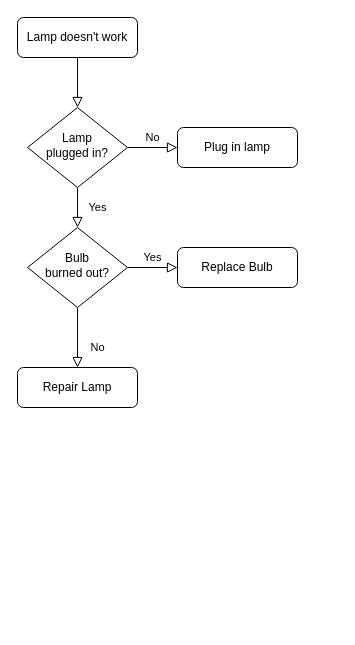
The draw.io diagram Untitled Diagram.drawio in weihua-git/-, before the edit. Source tidied: cells renumbered, new cells numbered last; positions are measured from the earlier drawing's top-left corner, leaving out a move shared by most shapes. Both pictures are drawn from the tidied source at 100%, with x=0, y=0 at pixel (17, 17).
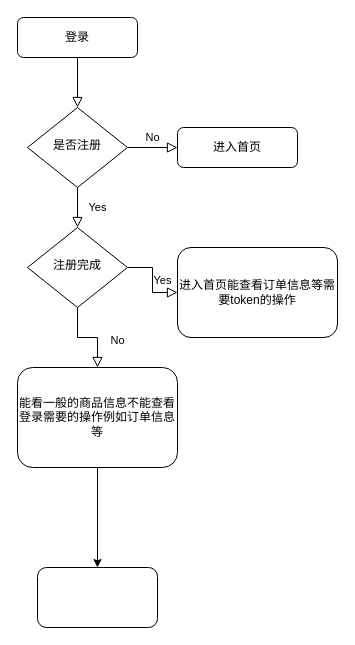
Above is the later version.

The edit, as a diff of the source:
```diff
@@
 <mxGraphModel>
   <root>
     <mxCell id="0" />
     <mxCell id="1" parent="0" />
     <mxCell id="2" style="rounded=0;html=1;jettySize=auto;fontSize=11;endArrow=block;endFill=0;endSize=8;strokeWidth=1;shadow=0;labelBackgroundColor=none;edgeStyle=orthogonalEdgeStyle;" parent="1" edge="1" source="3" target="6">
       <mxGeometry relative="1" as="geometry" />
     </mxCell>
-    <mxCell id="3" value="Lamp doesn't work" style="rounded=1;whiteSpace=wrap;html=1;fontSize=12;glass=0;strokeWidth=1;shadow=0;" parent="1" vertex="1">
+    <mxCell id="3" value="登录" style="rounded=1;whiteSpace=wrap;html=1;fontSize=12;glass=0;strokeWidth=1;shadow=0;" parent="1" vertex="1">
       <mxGeometry width="120" height="40" as="geometry" />
     </mxCell>
     <mxCell id="4" value="Yes" style="rounded=0;html=1;jettySize=auto;fontSize=11;endArrow=block;endFill=0;endSize=8;strokeWidth=1;shadow=0;labelBackgroundColor=none;edgeStyle=orthogonalEdgeStyle;" parent="1" edge="1" source="6" target="10">
       <mxGeometry y="20" relative="1" as="geometry" />
     </mxCell>
     <mxCell id="5" value="No" style="edgeStyle=orthogonalEdgeStyle;rounded=0;html=1;jettySize=auto;fontSize=11;endArrow=block;endFill=0;endSize=8;strokeWidth=1;shadow=0;labelBackgroundColor=none;" parent="1" edge="1" source="6" target="7">
       <mxGeometry y="10" relative="1" as="geometry" />
     </mxCell>
-    <mxCell id="6" value="Lamp&lt;br&gt;plugged in?" style="rhombus;whiteSpace=wrap;html=1;shadow=0;fontFamily=Helvetica;fontSize=12;align=center;strokeWidth=1;spacing=6;spacingTop=-4;" parent="1" vertex="1">
+    <mxCell id="6" value="是否注册" style="rhombus;whiteSpace=wrap;html=1;shadow=0;fontFamily=Helvetica;fontSize=12;align=center;strokeWidth=1;spacing=6;spacingTop=-4;" parent="1" vertex="1">
       <mxGeometry x="10" y="90" width="100" height="80" as="geometry" />
     </mxCell>
-    <mxCell id="7" value="Plug in lamp" style="rounded=1;whiteSpace=wrap;html=1;fontSize=12;glass=0;strokeWidth=1;shadow=0;" parent="1" vertex="1">
+    <mxCell id="7" value="进入首页" style="rounded=1;whiteSpace=wrap;html=1;fontSize=12;glass=0;strokeWidth=1;shadow=0;" parent="1" vertex="1">
       <mxGeometry x="160" y="110" width="120" height="40" as="geometry" />
     </mxCell>
     <mxCell id="8" value="No" style="rounded=0;html=1;jettySize=auto;fontSize=11;endArrow=block;endFill=0;endSize=8;strokeWidth=1;shadow=0;labelBackgroundColor=none;edgeStyle=orthogonalEdgeStyle;" parent="1" edge="1" source="10" target="11">
       <mxGeometry x="0.33" y="20" relative="1" as="geometry" />
     </mxCell>
     <mxCell id="9" value="Yes" style="edgeStyle=orthogonalEdgeStyle;rounded=0;html=1;jettySize=auto;fontSize=11;endArrow=block;endFill=0;endSize=8;strokeWidth=1;shadow=0;labelBackgroundColor=none;" parent="1" edge="1" source="10" target="12">
       <mxGeometry y="10" relative="1" as="geometry" />
     </mxCell>
-    <mxCell id="10" value="Bulb&lt;br&gt;burned out?" style="rhombus;whiteSpace=wrap;html=1;shadow=0;fontFamily=Helvetica;fontSize=12;align=center;strokeWidth=1;spacing=6;spacingTop=-4;" parent="1" vertex="1">
+    <mxCell id="10" value="注册完成" style="rhombus;whiteSpace=wrap;html=1;shadow=0;fontFamily=Helvetica;fontSize=12;align=center;strokeWidth=1;spacing=6;spacingTop=-4;" parent="1" vertex="1">
       <mxGeometry x="10" y="210" width="100" height="80" as="geometry" />
     </mxCell>
+    <mxCell id="13" style="edgeStyle=orthogonalEdgeStyle;rounded=0;jettySize=auto;html=1;" parent="1" edge="1" source="11" target="14">
+      <mxGeometry relative="1" as="geometry" />
+    </mxCell>
-    <mxCell id="11" value="Repair Lamp" style="rounded=1;whiteSpace=wrap;html=1;fontSize=12;glass=0;strokeWidth=1;shadow=0;" parent="1" vertex="1">
-      <mxGeometry y="350" width="120" height="40" as="geometry" />
+    <mxCell id="11" value="能看一般的商品信息不能查看登录需要的操作例如订单信息等" style="rounded=1;whiteSpace=wrap;html=1;fontSize=12;glass=0;strokeWidth=1;shadow=0;" parent="1" vertex="1">
+      <mxGeometry y="350" width="160" height="100" as="geometry" />
     </mxCell>
-    <mxCell id="12" value="Replace Bulb" style="rounded=1;whiteSpace=wrap;html=1;fontSize=12;glass=0;strokeWidth=1;shadow=0;" parent="1" vertex="1">
-      <mxGeometry x="160" y="230" width="120" height="40" as="geometry" />
+    <mxCell id="12" value="进入首页能查看订单信息等需要token的操作" style="rounded=1;whiteSpace=wrap;html=1;fontSize=12;glass=0;strokeWidth=1;shadow=0;" parent="1" vertex="1">
+      <mxGeometry x="160" y="230" width="160" height="90" as="geometry" />
     </mxCell>
+    <mxCell id="14" style="whiteSpace=wrap;html=1;rounded=1;shadow=0;strokeWidth=1;glass=0;" parent="1" vertex="1">
+      <mxGeometry x="20" y="550" width="120" height="60" as="geometry" />
+    </mxCell>
   </root>
 </mxGraphModel>
```
